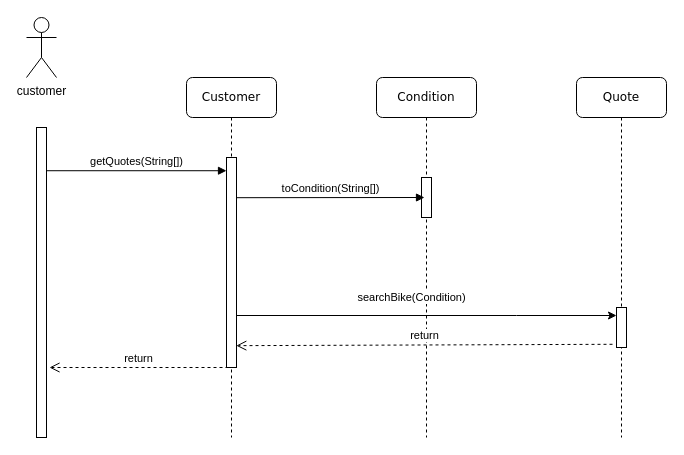
This is page "Page-1" (1 of 3) of diagram/cw2_sequence_communication.drawio from SatoMichi/SE_CW_Bike_Rental_System, a draw.io file, before an edit. Source tidied: cells renumbered, new cells numbered last; positions are measured from the earlier drawing's top-left corner, leaving out a move shared by most shapes. Both pictures are drawn from the tidied source at 100%, with x=0, y=0 at pixel (26, 17).
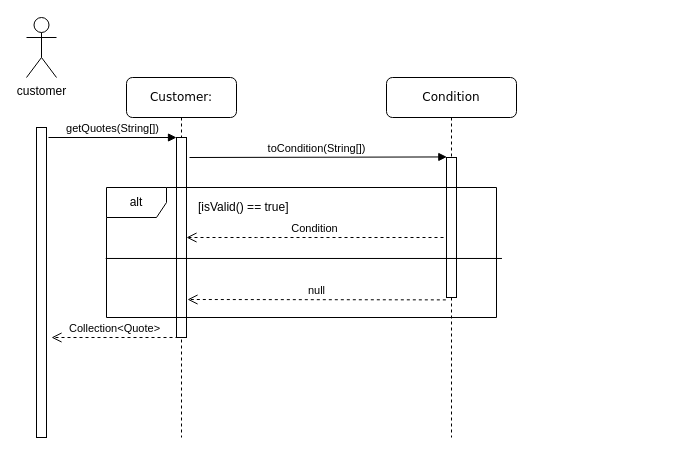
Above is the later version.

The change refers to these unchanged cells:
```xml
<mxCell id="5" style="html=1;points=[];perimeter=orthogonalPerimeter;" parent="1" vertex="1">
  <mxGeometry x="10" y="110" width="10" height="310" as="geometry" />
</mxCell>
```

Change to the diagram source:
```diff
@@
-    <mxCell id="2" value="Customer" style="shape=umlLifeline;perimeter=lifelinePerimeter;whiteSpace=wrap;html=1;rounded=1;shadow=0;comic=0;labelBackgroundColor=none;strokeColor=#000000;strokeWidth=1;fillColor=#FFFFFF;fontFamily=Verdana;fontSize=12;fontColor=#000000;align=center;" parent="1" vertex="1">
-      <mxGeometry x="160" y="60" width="90" height="360" as="geometry" />
-    </mxCell>
-    <mxCell id="3" style="html=1;points=[];perimeter=orthogonalPerimeter;rounded=0;shadow=0;comic=0;labelBackgroundColor=none;strokeColor=#000000;strokeWidth=1;fillColor=#FFFFFF;fontFamily=Verdana;fontSize=12;fontColor=#000000;align=center;" parent="2" vertex="1">
-      <mxGeometry x="40" y="80" width="10" height="210" as="geometry" />
-    </mxCell>
+    <mxCell id="15" value="Customer:" style="shape=umlLifeline;perimeter=lifelinePerimeter;whiteSpace=wrap;html=1;rounded=1;shadow=0;comic=0;labelBackgroundColor=none;strokeColor=#000000;strokeWidth=1;fillColor=#FFFFFF;fontFamily=Verdana;fontSize=12;fontColor=#000000;align=center;" parent="1" vertex="1">
+      <mxGeometry x="100" y="60" width="110" height="360" as="geometry" />
+    </mxCell>
+    <mxCell id="16" style="html=1;points=[];perimeter=orthogonalPerimeter;rounded=0;shadow=0;comic=0;labelBackgroundColor=none;strokeColor=#000000;strokeWidth=1;fillColor=#FFFFFF;fontFamily=Verdana;fontSize=12;fontColor=#000000;align=center;" parent="15" vertex="1">
+      <mxGeometry x="50" y="60" width="10" height="200" as="geometry" />
+    </mxCell>
@@
+    <mxCell id="14" value="toCondition(String[])" style="html=1;verticalAlign=bottom;endArrow=block;entryX=0.033;entryY=-0.004;entryDx=0;entryDy=0;entryPerimeter=0;" parent="1" edge="1" target="17">
+      <mxGeometry x="-0.01" relative="1" as="geometry">
+        <mxPoint x="163" y="140" as="sourcePoint" />
+      </mxGeometry>
+    </mxCell>
-    <mxCell id="6" value="getQuotes(String[])" style="html=1;verticalAlign=bottom;endArrow=block;entryX=0;entryY=0.063;entryDx=0;entryDy=0;entryPerimeter=0;" parent="1" edge="1" source="5" target="3">
-      <mxGeometry relative="1" as="geometry" />
+    <mxCell id="6" value="getQuotes(String[])" style="html=1;verticalAlign=bottom;endArrow=block;entryX=0;entryY=0;entryDx=0;entryDy=0;entryPerimeter=0;" parent="1" edge="1" target="16">
+      <mxGeometry relative="1" as="geometry">
+        <mxPoint x="22" y="120" as="sourcePoint" />
+      </mxGeometry>
     </mxCell>
     <mxCell id="7" value="Condition" style="shape=umlLifeline;perimeter=lifelinePerimeter;whiteSpace=wrap;html=1;rounded=1;shadow=0;comic=0;labelBackgroundColor=none;strokeColor=#000000;strokeWidth=1;fillColor=#FFFFFF;fontFamily=Verdana;fontSize=12;fontColor=#000000;align=center;" parent="1" vertex="1">
-      <mxGeometry x="350" y="60" width="100" height="360" as="geometry" />
+      <mxGeometry x="360" y="60" width="130" height="360" as="geometry" />
     </mxCell>
-    <mxCell id="8" style="html=1;perimeter=orthogonalPerimeter;rounded=0;shadow=0;comic=0;labelBackgroundColor=none;strokeColor=#000000;strokeWidth=1;fillColor=#FFFFFF;fontFamily=Verdana;fontSize=12;fontColor=#000000;align=center;" parent="7" vertex="1">
-      <mxGeometry x="45" y="100" width="10" height="40" as="geometry" />
-    </mxCell>
-    <mxCell id="9" value="return" style="html=1;verticalAlign=bottom;endArrow=open;dashed=1;endSize=8;exitX=0.2;exitY=1;exitDx=0;exitDy=0;exitPerimeter=0;" parent="1" edge="1" source="3">
-      <mxGeometry relative="1" as="geometry">
-        <mxPoint x="23" y="350" as="targetPoint" />
-      </mxGeometry>
-    </mxCell>
-    <mxCell id="10" value="Quote" style="shape=umlLifeline;perimeter=lifelinePerimeter;whiteSpace=wrap;html=1;rounded=1;shadow=0;comic=0;labelBackgroundColor=none;strokeColor=#000000;strokeWidth=1;fillColor=#FFFFFF;fontFamily=Verdana;fontSize=12;fontColor=#000000;align=center;" parent="1" vertex="1">
-      <mxGeometry x="550" y="60" width="90" height="360" as="geometry" />
-    </mxCell>
-    <mxCell id="11" style="html=1;points=[];perimeter=orthogonalPerimeter;rounded=0;shadow=0;comic=0;labelBackgroundColor=none;strokeColor=#000000;strokeWidth=1;fillColor=#FFFFFF;fontFamily=Verdana;fontSize=12;fontColor=#000000;align=center;" parent="10" vertex="1">
-      <mxGeometry x="40" y="230" width="10" height="40" as="geometry" />
-    </mxCell>
-    <mxCell id="12" value="searchBike(Condition)" style="edgeStyle=orthogonalEdgeStyle;rounded=0;jettySize=auto;html=1;" parent="1" edge="1" source="3" target="11">
-      <mxGeometry x="-0.08" y="18" relative="1" as="geometry">
-        <Array as="points">
-          <mxPoint x="490" y="298" />
-          <mxPoint x="490" y="298" />
-        </Array>
-      </mxGeometry>
-    </mxCell>
-    <mxCell id="13" value="return" style="html=1;verticalAlign=bottom;endArrow=open;dashed=1;endSize=8;exitX=-0.4;exitY=0.92;exitDx=0;exitDy=0;exitPerimeter=0;entryX=0.98;entryY=0.896;entryDx=0;entryDy=0;entryPerimeter=0;" parent="1" edge="1" source="11" target="3">
-      <mxGeometry relative="1" as="geometry" />
-    </mxCell>
-    <mxCell id="14" value="toCondition(String[])" style="html=1;verticalAlign=bottom;endArrow=block;" parent="1" edge="1">
-      <mxGeometry relative="1" as="geometry">
-        <mxPoint x="210" y="180.2" as="sourcePoint" />
-        <mxPoint x="398" y="180" as="targetPoint" />
-      </mxGeometry>
-    </mxCell>
+    <mxCell id="17" style="html=1;points=[];perimeter=orthogonalPerimeter;rounded=0;shadow=0;comic=0;labelBackgroundColor=none;strokeColor=#000000;strokeWidth=1;fillColor=#FFFFFF;fontFamily=Verdana;fontSize=12;fontColor=#000000;align=center;" parent="7" vertex="1">
+      <mxGeometry x="60" y="80" width="10" height="140" as="geometry" />
+    </mxCell>
+    <mxCell id="18" value="null" style="html=1;verticalAlign=bottom;endArrow=open;dashed=1;endSize=8;exitX=-0.067;exitY=1.017;exitDx=0;exitDy=0;exitPerimeter=0;" parent="1" edge="1" source="17">
+      <mxGeometry relative="1" as="geometry">
+        <mxPoint x="161" y="282" as="targetPoint" />
+      </mxGeometry>
+    </mxCell>
+    <mxCell id="19" value="Collection&amp;lt;Quote&amp;gt;" style="html=1;verticalAlign=bottom;endArrow=open;dashed=1;endSize=8;exitX=0.2;exitY=1;exitDx=0;exitDy=0;exitPerimeter=0;" parent="1" edge="1" source="16">
+      <mxGeometry relative="1" as="geometry">
+        <mxPoint x="25" y="320" as="targetPoint" />
+      </mxGeometry>
+    </mxCell>
+    <mxCell id="20" value="alt" style="shape=umlFrame;whiteSpace=wrap;html=1;" parent="1" vertex="1">
+      <mxGeometry x="80" y="170" width="390" height="130" as="geometry" />
+    </mxCell>
+    <mxCell id="21" value="[isValid() == true]" style="text;html=1;align=left;verticalAlign=top;spacingTop=-4;" parent="1" vertex="1">
+      <mxGeometry x="170" y="180" width="110" height="20" as="geometry" />
+    </mxCell>
+    <mxCell id="22" value="Condition" style="html=1;verticalAlign=bottom;endArrow=open;dashed=1;endSize=8;entryX=1;entryY=0.5;entryDx=0;entryDy=0;entryPerimeter=0;" parent="1" edge="1" target="16">
+      <mxGeometry relative="1" as="geometry">
+        <mxPoint x="417" y="220" as="sourcePoint" />
+        <Array as="points">
+          <mxPoint x="240" y="220" />
+        </Array>
+      </mxGeometry>
+    </mxCell>
+    <mxCell id="23" style="endArrow=none;html=1;exitX=-0.002;exitY=0.546;exitDx=0;exitDy=0;exitPerimeter=0;entryX=1.014;entryY=0.546;entryDx=0;entryDy=0;entryPerimeter=0;" parent="1" edge="1" source="20" target="20">
+      <mxGeometry relative="1" as="geometry" />
+    </mxCell>
```
